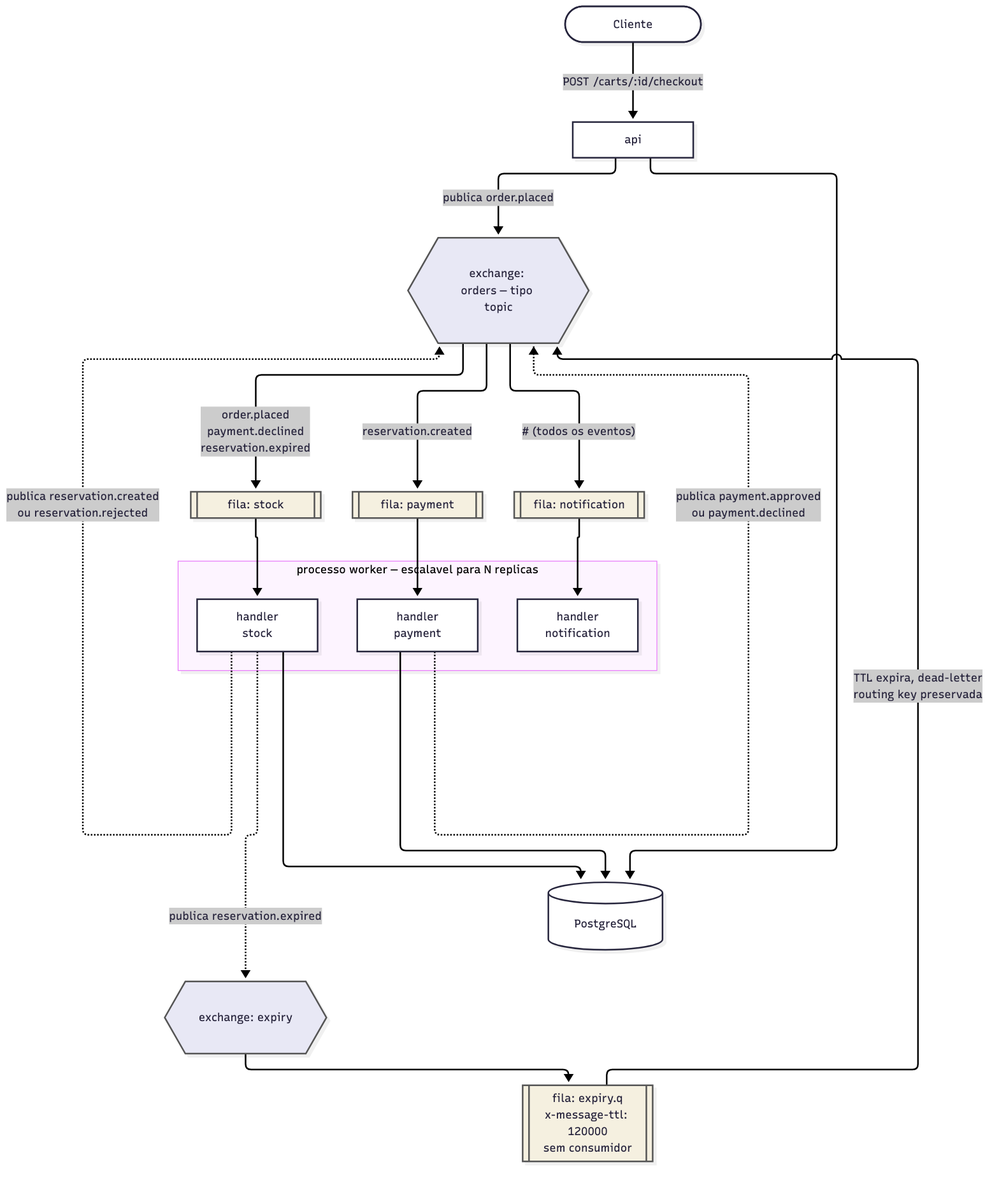
Above: docs/diagramas/arquitetura.png in NicolasPaterno/message-queue-ecommerce (Mermaid), before the change. Its source is kept beside it as docs/diagramas/arquitetura.mmd. Its diagram source:
```mermaid
flowchart TB
    CLI([Cliente]) -->|"POST /carts/:id/checkout"| API[api]
    API -->|publica order.placed| EX{{"exchange: orders — tipo topic"}}

    EX -->|"order.placed<br/>payment.declined<br/>reservation.expired"| QS[[fila: stock]]
    EX -->|reservation.created| QP[[fila: payment]]
    EX -->|"#  (todos os eventos)"| QN[[fila: notification]]

    subgraph W["processo worker — escalavel para N replicas"]
        direction LR
        HS[handler<br/>stock]
        HP[handler<br/>payment]
        HN[handler<br/>notification]
    end

    QS --> HS
    QP --> HP
    QN --> HN

    HS -.->|"publica reservation.created<br/>ou reservation.rejected"| EX
    HP -.->|"publica payment.approved<br/>ou payment.declined"| EX
    HS -.->|publica reservation.expired| XE{{exchange: expiry}}
    XE --> QX[["fila: expiry.q<br/>x-message-ttl: 120000<br/>sem consumidor"]]
    QX -.->|"TTL expira, dead-letter<br/>routing key preservada"| EX

    API --> PG[(PostgreSQL)]
    HS --> PG
    HP --> PG

    classDef ex fill:#e8e8f5,stroke:#555
    classDef q fill:#f5f0e0,stroke:#555
    class EX,XE ex
    class QP,QS,QN,QX q
```
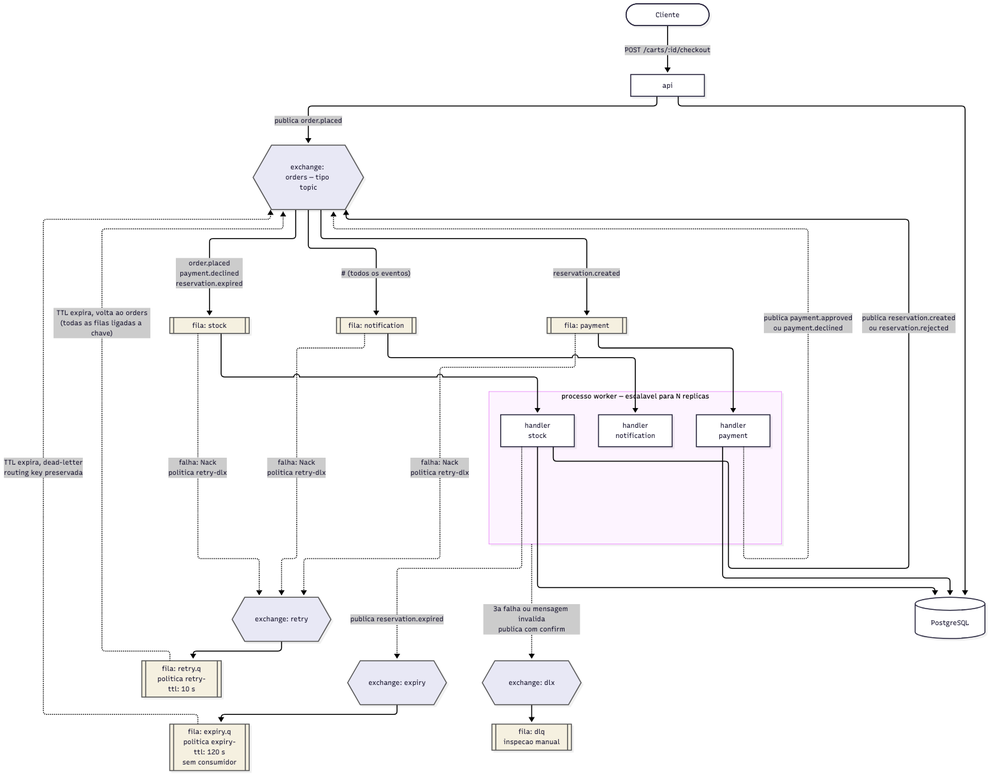
Later version of the same file.

Diff of the diagram source:
```diff
@@ -20,8 +20,14 @@
     HS -.->|"publica reservation.created<br/>ou reservation.rejected"| EX
     HP -.->|"publica payment.approved<br/>ou payment.declined"| EX
     HS -.->|publica reservation.expired| XE{{exchange: expiry}}
-    XE --> QX[["fila: expiry.q<br/>x-message-ttl: 120000<br/>sem consumidor"]]
+    XE --> QX[["fila: expiry.q<br/>politica expiry-ttl: 120 s<br/>sem consumidor"]]
     QX -.->|"TTL expira, dead-letter<br/>routing key preservada"| EX
+
+    QS & QP & QN -.->|"falha: Nack<br/>politica retry-dlx"| XR{{exchange: retry}}
+    XR --> QR[["fila: retry.q<br/>politica retry-ttl: 10 s"]]
+    QR -.->|"TTL expira, volta ao orders<br/>(todas as filas ligadas a chave)"| EX
+    W -.->|"3a falha ou mensagem invalida<br/>publica com confirm"| XD{{exchange: dlx}}
+    XD --> QD[["fila: dlq<br/>inspecao manual"]]
 
     API --> PG[(PostgreSQL)]
     HS --> PG
@@ -29,5 +35,5 @@
 
     classDef ex fill:#e8e8f5,stroke:#555
     classDef q fill:#f5f0e0,stroke:#555
-    class EX,XE ex
-    class QP,QS,QN,QX q
+    class EX,XE,XR,XD ex
+    class QP,QS,QN,QX,QR,QD q
```
